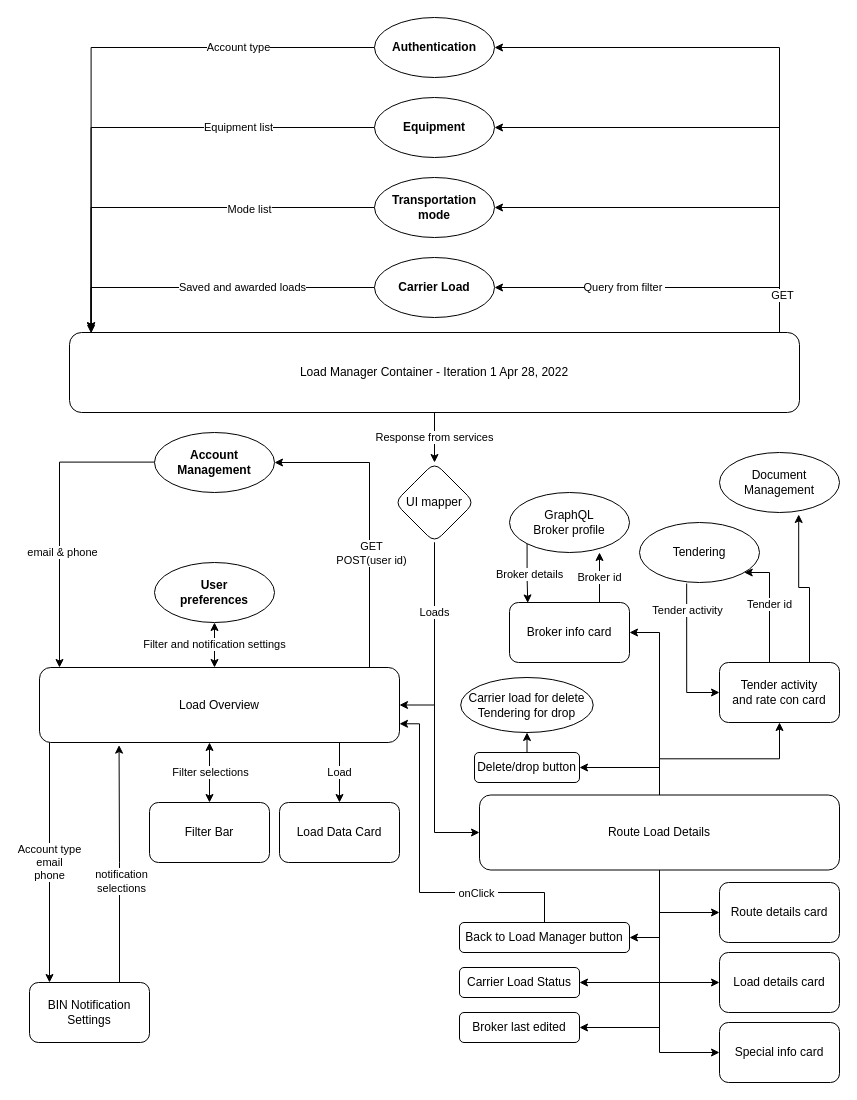
Earlier version of the draw.io diagram LM Refactor Diagram.drawio (eeevvaaa/drawio). Source tidied: cells renumbered, new cells numbered last; positions are measured from the earlier drawing's top-left corner, leaving out a move shared by most shapes. Both pictures are drawn from the tidied source at 100%, with x=0, y=0 at pixel (29, 17).
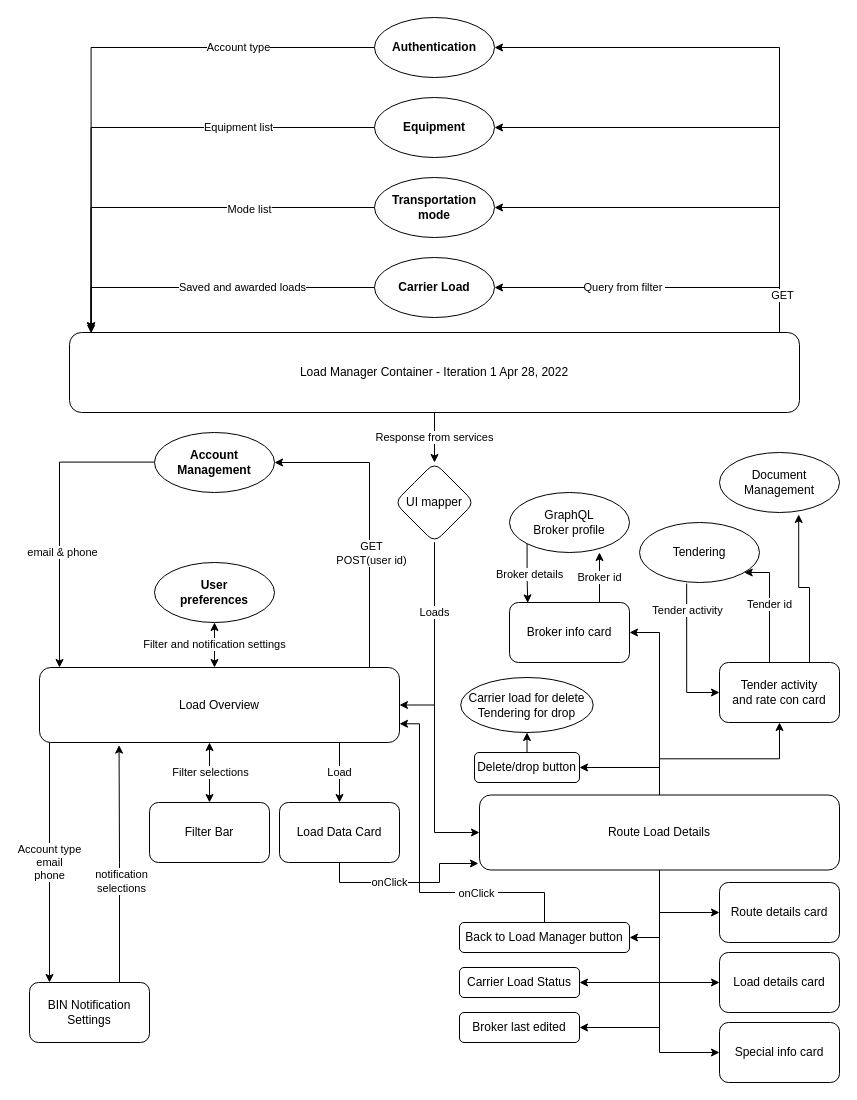
Above is the later version.

The change refers to these unchanged cells:
```xml
<mxCell id="27" value="Load Data Card" style="whiteSpace=wrap;html=1;rounded=1;" parent="1" vertex="1">
  <mxGeometry x="250" y="785" width="120" height="60" as="geometry" />
</mxCell>
<mxCell id="46" value="Route Load Details" style="whiteSpace=wrap;html=1;rounded=1;" parent="1" vertex="1">
  <mxGeometry x="450" y="777.5" width="360" height="75" as="geometry" />
</mxCell>
```

What changed in the source:
```diff
@@
+    <mxCell id="71" value="onClick" style="edgeStyle=orthogonalEdgeStyle;rounded=0;jettySize=auto;html=1;exitX=0.5;exitY=1;exitDx=0;exitDy=0;entryX=-0.003;entryY=0.913;entryDx=0;entryDy=0;entryPerimeter=0;" parent="1" edge="1" source="27" target="46">
+      <mxGeometry x="-0.21" relative="1" as="geometry" />
+    </mxCell>
```
